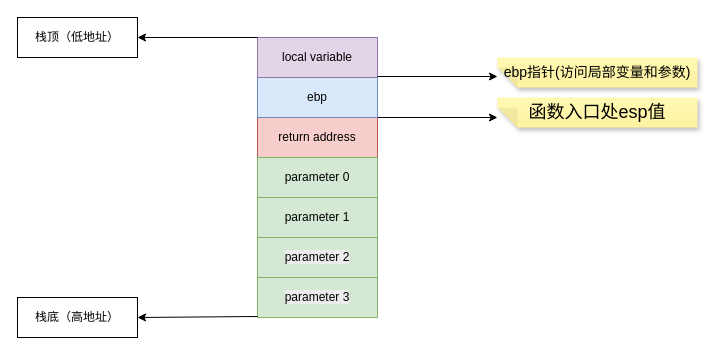
The draw.io diagram 任务创建栈布局.drawio in satadriver/essay, before the edit. Source tidied: cells renumbered, new cells numbered last; positions are measured from the earlier drawing's top-left corner, leaving out a move shared by most shapes. Both pictures are drawn from the tidied source at 100%, with x=0, y=0 at pixel (17, 17).
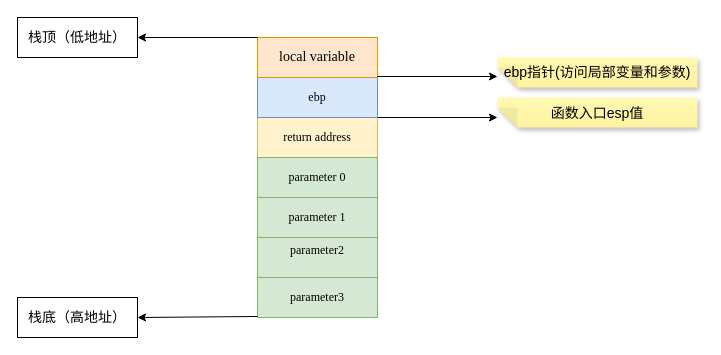
The same page after the edit.

Change to the diagram source:
```diff
@@
-    <mxCell id="2" value="return address" style="rounded=0;whiteSpace=wrap;html=1;fillColor=#f8cecc;strokeColor=#b85450;" parent="1" vertex="1">
+    <mxCell id="2" value="&lt;font face=&quot;Times New Roman&quot;&gt;return address&lt;/font&gt;" style="rounded=0;whiteSpace=wrap;html=1;fillColor=#fff2cc;strokeColor=#d6b656;" parent="1" vertex="1">
       <mxGeometry x="240" y="100" width="120" height="40" as="geometry" />
     </mxCell>
-    <mxCell id="3" value="parameter 0" style="rounded=0;whiteSpace=wrap;html=1;fillColor=#d5e8d4;strokeColor=#82b366;" parent="1" vertex="1">
+    <mxCell id="3" value="&lt;font face=&quot;Times New Roman&quot;&gt;parameter 0&lt;/font&gt;" style="rounded=0;whiteSpace=wrap;html=1;fillColor=#d5e8d4;strokeColor=#82b366;" parent="1" vertex="1">
       <mxGeometry x="240" y="140" width="120" height="40" as="geometry" />
     </mxCell>
-    <mxCell id="4" value="parameter 1" style="rounded=0;whiteSpace=wrap;html=1;fillColor=#d5e8d4;strokeColor=#82b366;" parent="1" vertex="1">
+    <mxCell id="4" value="&lt;font face=&quot;Times New Roman&quot;&gt;parameter 1&lt;/font&gt;" style="rounded=0;whiteSpace=wrap;html=1;fillColor=#d5e8d4;strokeColor=#82b366;" parent="1" vertex="1">
       <mxGeometry x="240" y="180" width="120" height="40" as="geometry" />
     </mxCell>
-    <mxCell id="5" value="&lt;br&gt;&lt;span style=&quot;color: rgb(0, 0, 0); font-family: Helvetica; font-size: 12px; font-style: normal; font-variant-ligatures: normal; font-variant-caps: normal; font-weight: 400; letter-spacing: normal; orphans: 2; text-align: center; text-indent: 0px; text-transform: none; widows: 2; word-spacing: 0px; -webkit-text-stroke-width: 0px; white-space: normal; background-color: rgb(236, 236, 236); text-decoration-thickness: initial; text-decoration-style: initial; text-decoration-color: initial; float: none; display: inline !important;&quot;&gt;parameter 2&lt;/span&gt;&lt;div&gt;&lt;br/&gt;&lt;/div&gt;" style="rounded=0;whiteSpace=wrap;html=1;fillColor=#d5e8d4;strokeColor=#82b366;" parent="1" vertex="1">
+    <mxCell id="5" value="&lt;font face=&quot;Times New Roman&quot;&gt;parameter2&lt;br&gt;&lt;/font&gt;&lt;div&gt;&lt;br&gt;&lt;/div&gt;" style="rounded=0;whiteSpace=wrap;html=1;fillColor=#d5e8d4;strokeColor=#82b366;" parent="1" vertex="1">
       <mxGeometry x="240" y="220" width="120" height="40" as="geometry" />
     </mxCell>
-    <mxCell id="6" value="&lt;br&gt;&lt;span style=&quot;color: rgb(0, 0, 0); font-family: Helvetica; font-size: 12px; font-style: normal; font-variant-ligatures: normal; font-variant-caps: normal; font-weight: 400; letter-spacing: normal; orphans: 2; text-align: center; text-indent: 0px; text-transform: none; widows: 2; word-spacing: 0px; -webkit-text-stroke-width: 0px; white-space: normal; background-color: rgb(236, 236, 236); text-decoration-thickness: initial; text-decoration-style: initial; text-decoration-color: initial; float: none; display: inline !important;&quot;&gt;parameter 3&lt;/span&gt;&lt;div&gt;&lt;br/&gt;&lt;/div&gt;" style="rounded=0;whiteSpace=wrap;html=1;fillColor=#d5e8d4;strokeColor=#82b366;" parent="1" vertex="1">
+    <mxCell id="6" value="&lt;div&gt;&lt;font face=&quot;Times New Roman&quot;&gt;parameter3&lt;/font&gt;&lt;/div&gt;" style="rounded=0;whiteSpace=wrap;html=1;fillColor=#d5e8d4;strokeColor=#82b366;" parent="1" vertex="1">
       <mxGeometry x="240" y="260" width="120" height="40" as="geometry" />
     </mxCell>
@@
-    <mxCell id="8" value="ebp" style="rounded=0;whiteSpace=wrap;html=1;fillColor=#dae8fc;strokeColor=#6c8ebf;" parent="1" vertex="1">
+    <mxCell id="8" value="&lt;font face=&quot;Times New Roman&quot;&gt;ebp&lt;/font&gt;" style="rounded=0;whiteSpace=wrap;html=1;fillColor=#dae8fc;strokeColor=#6c8ebf;" parent="1" vertex="1">
       <mxGeometry x="240" y="60" width="120" height="40" as="geometry" />
     </mxCell>
-    <mxCell id="9" value="local variable" style="rounded=0;whiteSpace=wrap;html=1;fillColor=#e1d5e7;strokeColor=#9673a6;" parent="1" vertex="1">
+    <mxCell id="9" value="&lt;font style=&quot;font-size: 14px;&quot; face=&quot;Times New Roman&quot;&gt;local variable&lt;/font&gt;" style="rounded=0;whiteSpace=wrap;html=1;fillColor=#ffe6cc;strokeColor=#d79b00;" parent="1" vertex="1">
       <mxGeometry x="240" y="20" width="120" height="40" as="geometry" />
     </mxCell>
@@
-    <mxCell id="11" value="ebp指针(访问局部变量和参数)" style="shape=note;whiteSpace=wrap;html=1;backgroundOutline=1;fontColor=#000000;darkOpacity=0.05;fillColor=#FFF9B2;strokeColor=none;fillStyle=solid;direction=west;gradientDirection=north;gradientColor=#FFF2A1;shadow=1;size=20;autosizeText=1;fontSize=14;" parent="1" vertex="1">
+    <mxCell id="11" value="&lt;font face=&quot;宋体&quot;&gt;ebp指针(访问局部变量和参数)&lt;/font&gt;" style="shape=note;whiteSpace=wrap;html=1;backgroundOutline=1;fontColor=#000000;darkOpacity=0.05;fillColor=#FFF9B2;strokeColor=none;fillStyle=solid;direction=west;gradientDirection=north;gradientColor=#FFF2A1;shadow=1;size=20;autosizeText=1;fontSize=14;" parent="1" vertex="1">
       <mxGeometry x="480" y="40" width="200" height="30" as="geometry" />
     </mxCell>
-    <mxCell id="12" value="函数入口处esp值" style="shape=note;whiteSpace=wrap;html=1;backgroundOutline=1;fontColor=#000000;darkOpacity=0.05;fillColor=#FFF9B2;strokeColor=none;fillStyle=solid;direction=west;gradientDirection=north;gradientColor=#FFF2A1;shadow=1;size=20;autosizeText=1;fontSize=18;" parent="1" vertex="1">
+    <mxCell id="12" value="&lt;font style=&quot;font-size: 14px;&quot; face=&quot;宋体&quot;&gt;函数入口esp值&lt;/font&gt;" style="shape=note;whiteSpace=wrap;html=1;backgroundOutline=1;fontColor=#000000;darkOpacity=0.05;fillColor=#FFF9B2;strokeColor=none;fillStyle=solid;direction=west;gradientDirection=north;gradientColor=#FFF2A1;shadow=1;size=20;autosizeText=1;fontSize=18;" parent="1" vertex="1">
       <mxGeometry x="480" y="80" width="200" height="30" as="geometry" />
     </mxCell>
-    <mxCell id="13" value="栈顶（低地址）" style="rounded=0;whiteSpace=wrap;html=1;" parent="1" vertex="1">
+    <mxCell id="13" value="&lt;font face=&quot;宋体&quot; style=&quot;font-size: 14px;&quot;&gt;栈顶（低地址）&lt;/font&gt;" style="rounded=0;whiteSpace=wrap;html=1;" parent="1" vertex="1">
       <mxGeometry width="120" height="40" as="geometry" />
     </mxCell>
-    <mxCell id="14" value="栈底（高地址）" style="rounded=0;whiteSpace=wrap;html=1;" parent="1" vertex="1">
+    <mxCell id="14" value="&lt;font face=&quot;宋体&quot; style=&quot;font-size: 14px;&quot;&gt;栈底（高地址）&lt;/font&gt;" style="rounded=0;whiteSpace=wrap;html=1;" parent="1" vertex="1">
       <mxGeometry y="280" width="120" height="40" as="geometry" />
     </mxCell>
```
